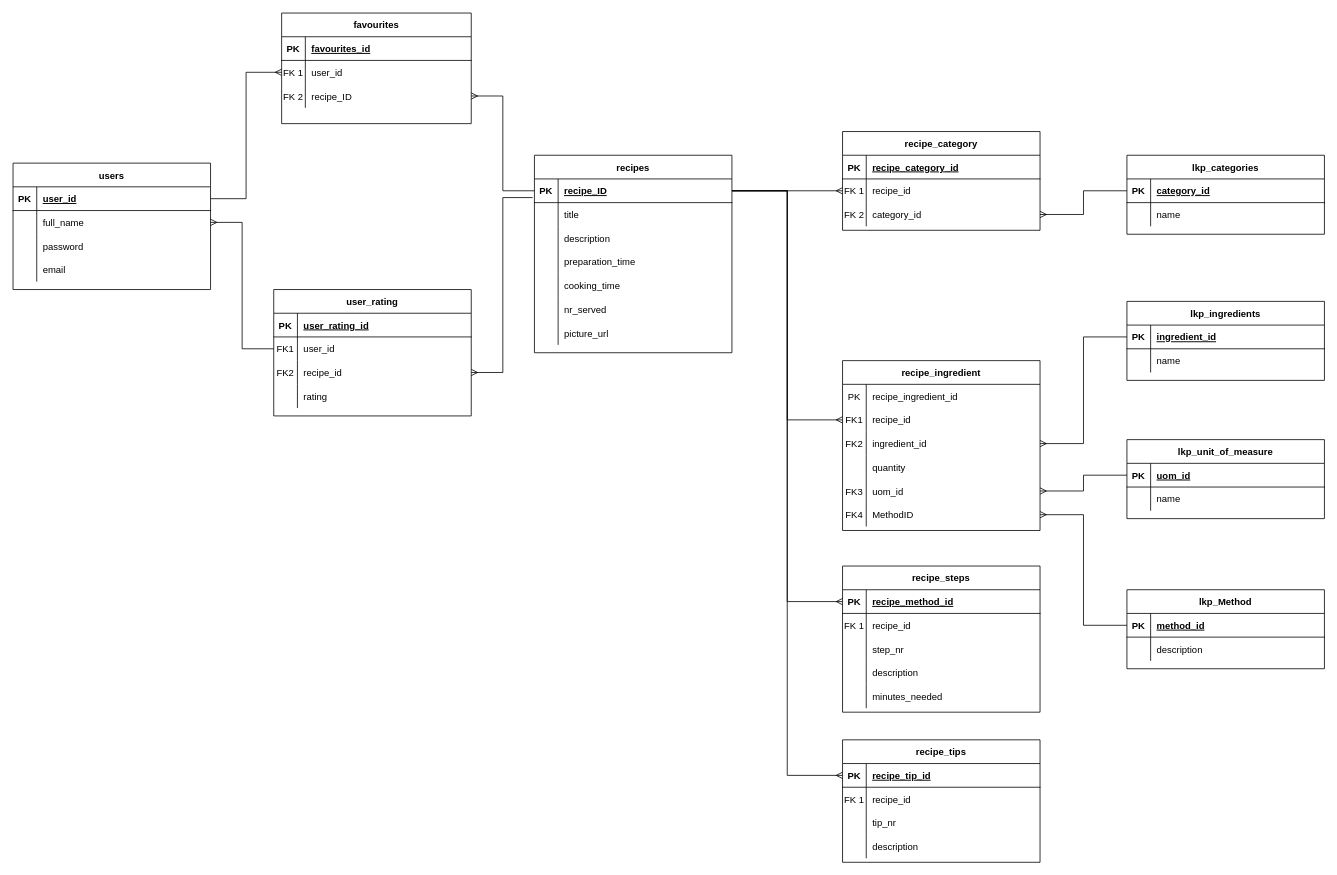
Above: Database/Design/CSCK543_EMA_DB_Design_FlavourFinds.drawio in nicolasKappa/Food_Recipe_Web_App (draw.io), before the change. Source tidied: cells renumbered, new cells numbered last; positions are measured from the earlier drawing's top-left corner, leaving out a move shared by most shapes. Both pictures are drawn from the tidied source at 79%, with x=0, y=0 at pixel (13, 13).
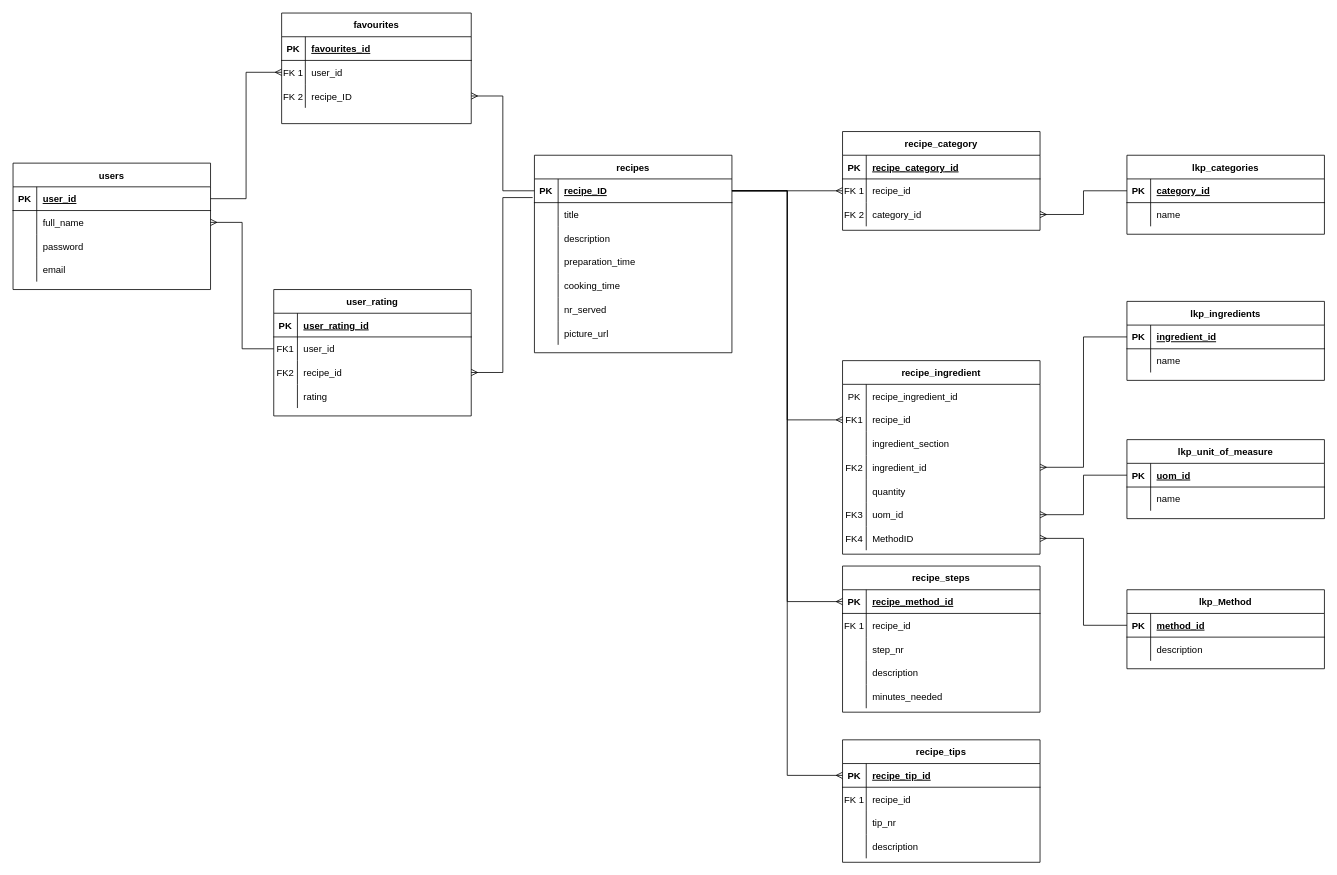
The same page after the edit.

Commit message (it also covers changes not shown here):
Teddy: Added Ingredient Section

What changed in the source:
```diff
@@
     <mxCell id="45" value="recipe_ingredient" style="shape=table;startSize=30;childLayout=tableLayout;rowLines=0;fontStyle=1;align=center;" parent="1" vertex="1">
-      <mxGeometry x="1050" y="440" width="250" height="215" as="geometry" />
+      <mxGeometry x="1050" y="440" width="250" height="245" as="geometry" />
     </mxCell>
@@
+    <mxCell id="159" style="shape=partialRectangle;fillColor=none;top=0;left=0;right=0;bottom=0;" parent="45" vertex="1">
+      <mxGeometry y="90" width="250" height="30" as="geometry" />
+    </mxCell>
+    <mxCell id="160" style="shape=partialRectangle;overflow=hidden;fillColor=none;top=0;left=0;bottom=0;right=0;" parent="159" vertex="1">
+      <mxGeometry width="30" height="30" as="geometry" />
+    </mxCell>
+    <mxCell id="161" value="ingredient_section" style="shape=partialRectangle;overflow=hidden;fillColor=none;top=0;left=0;bottom=0;right=0;align=left;spacingLeft=6;" parent="159" vertex="1">
+      <mxGeometry x="30" width="220" height="30" as="geometry" />
+    </mxCell>
     <mxCell id="52" style="shape=partialRectangle;fillColor=none;points=[[0,0.5],[1,0.5]];portConstraint=eastwest;top=0;left=0;right=0;bottom=0;" parent="45" vertex="1">
-      <mxGeometry y="90" width="250" height="30" as="geometry" />
+      <mxGeometry y="120" width="250" height="30" as="geometry" />
     </mxCell>
@@
     <mxCell id="55" style="shape=partialRectangle;fillColor=none;top=0;left=0;right=0;bottom=0;" parent="45" vertex="1">
-      <mxGeometry y="120" width="250" height="30" as="geometry" />
+      <mxGeometry y="150" width="250" height="30" as="geometry" />
     </mxCell>
@@
     <mxCell id="58" style="shape=partialRectangle;fillColor=none;points=[[0,0.5],[1,0.5]];portConstraint=eastwest;top=0;left=0;right=0;bottom=0;" parent="45" vertex="1">
-      <mxGeometry y="150" width="250" height="30" as="geometry" />
+      <mxGeometry y="180" width="250" height="30" as="geometry" />
     </mxCell>
@@
     <mxCell id="61" style="shape=partialRectangle;fillColor=none;points=[[0,0.5],[1,0.5]];portConstraint=eastwest;top=0;left=0;right=0;bottom=0;" parent="45" vertex="1">
-      <mxGeometry y="180" width="250" height="30" as="geometry" />
+      <mxGeometry y="210" width="250" height="30" as="geometry" />
     </mxCell>
```
